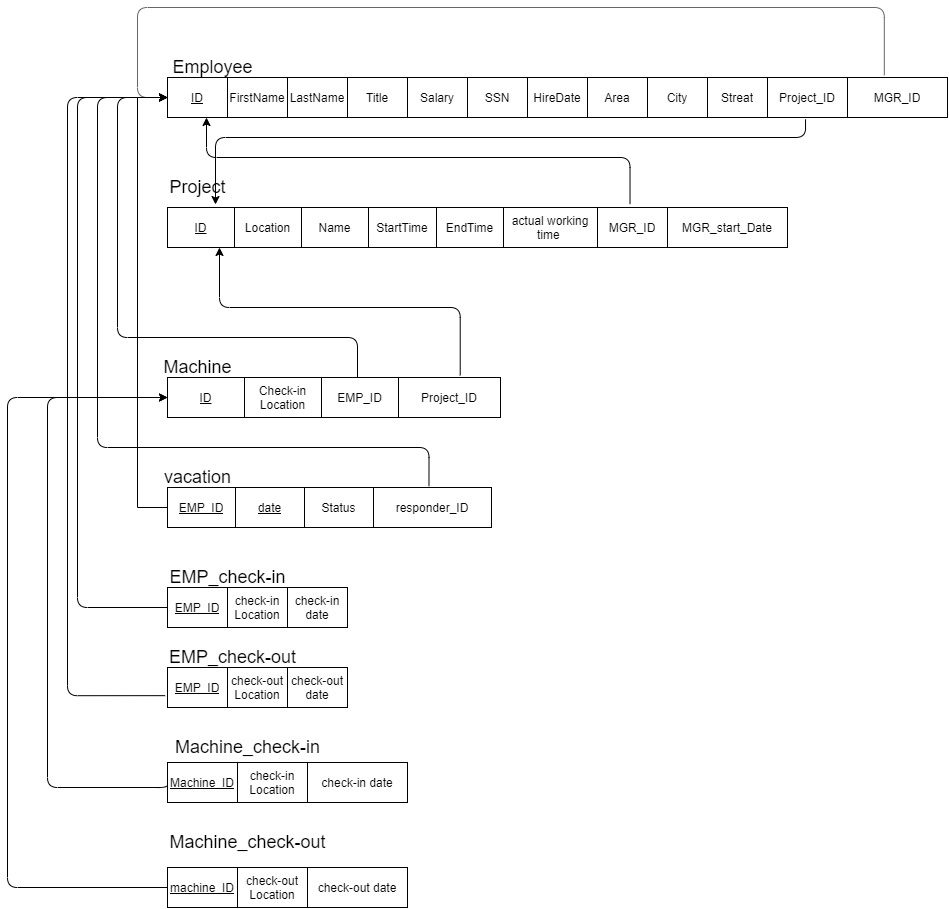
Earlier version of the draw.io export schema.png (aymanred121/IGEC-Logging-App-Project). Source tidied: cells renumbered, new cells last; positions are measured from the earlier drawing's top-left corner, leaving out a move shared by most shapes.
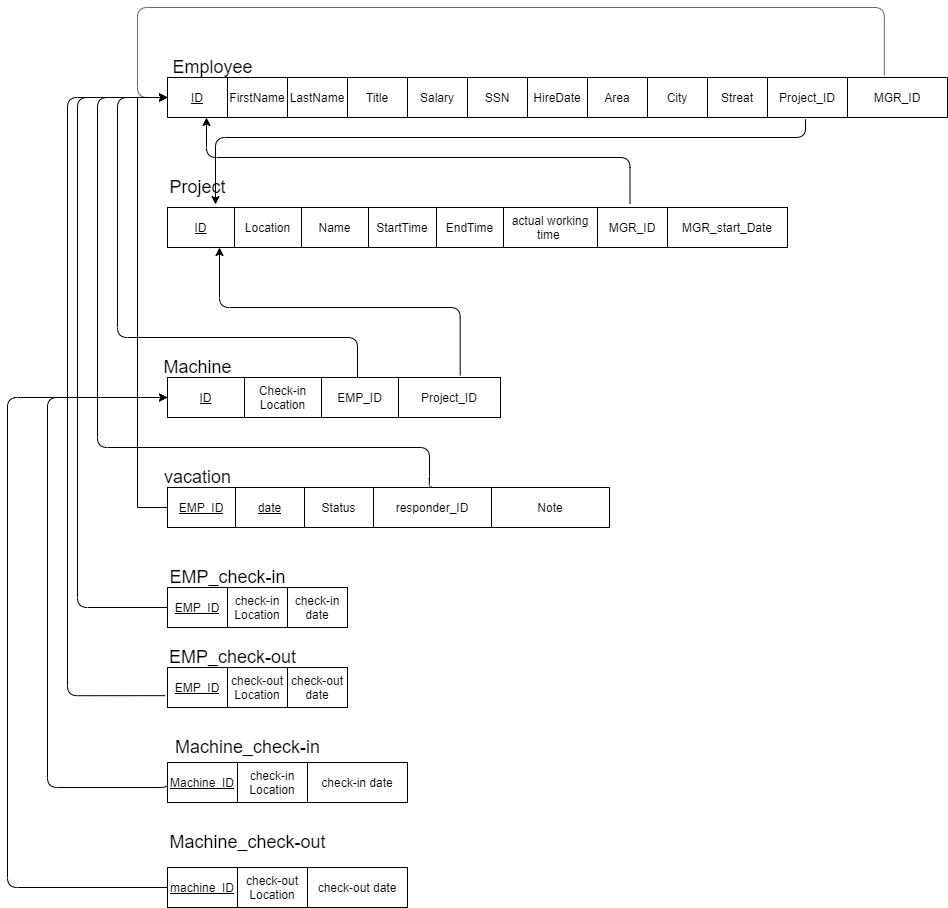
Above is the later version.

Change to the diagram source:
```diff
@@ -147,10 +147,10 @@
       </mxGeometry>
     </mxCell>
     <mxCell id="40" style="shape=table;startSize=0;fontColor=default;fillColor=default;strokeColor=default;" parent="1" vertex="1">
-      <mxGeometry x="160" y="480" width="324" height="40" as="geometry" />
+      <mxGeometry x="160" y="480" width="442" height="40" as="geometry" />
     </mxCell>
     <mxCell id="41" style="shape=partialRectangle;fillColor=none;top=0;left=0;bottom=0;right=0;points=[[0,0.5],[1,0.5]];portConstraint=eastwest;fontColor=default;" parent="40" vertex="1">
-      <mxGeometry width="324" height="40" as="geometry" />
+      <mxGeometry width="442" height="40" as="geometry" />
     </mxCell>
     <mxCell id="42" value="&lt;u&gt;EMP_ID&lt;/u&gt;" style="shape=partialRectangle;html=1;whiteSpace=wrap;overflow=hidden;fillColor=none;top=0;left=0;bottom=0;right=0;fontColor=default;" parent="41" vertex="1">
       <mxGeometry width="68" height="40" as="geometry" />
@@ -164,12 +164,16 @@
     <mxCell id="45" value="responder_ID" style="shape=partialRectangle;html=1;whiteSpace=wrap;overflow=hidden;fillColor=none;top=0;left=0;bottom=0;right=0;fontColor=default;" parent="41" vertex="1">
       <mxGeometry x="206" width="118" height="40" as="geometry" />
     </mxCell>
+    <mxCell id="77" value="Note" style="shape=partialRectangle;html=1;whiteSpace=wrap;overflow=hidden;fillColor=none;top=0;left=0;bottom=0;right=0;fontColor=default;" parent="41" vertex="1">
+      <mxGeometry x="324" width="118" height="40" as="geometry" />
+    </mxCell>
     <mxCell id="46" value="&lt;font style=&quot;font-size: 18px&quot;&gt;vacation&lt;/font&gt;" style="text;html=1;align=center;verticalAlign=middle;strokeColor=none;fillColor=none;fontColor=default;" parent="1" vertex="1">
       <mxGeometry x="150" y="460" width="80" height="20" as="geometry" />
     </mxCell>
-    <mxCell id="47" style="edgeStyle=segmentEdgeStyle;endArrow=classic;html=1;strokeColor=#000000;strokeWidth=1;labelBackgroundColor=default;fontColor=default;entryX=0;entryY=0.5;entryDx=0;entryDy=0;exitX=0.807;exitY=-0.034;exitDx=0;exitDy=0;exitPerimeter=0;" parent="1" edge="1" source="41" target="3">
+    <mxCell id="47" style="edgeStyle=segmentEdgeStyle;endArrow=classic;html=1;strokeColor=#000000;strokeWidth=1;labelBackgroundColor=default;fontColor=default;entryX=0;entryY=0.5;entryDx=0;entryDy=0;exitX=0.597;exitY=-0.025;exitDx=0;exitDy=0;exitPerimeter=0;" parent="1" edge="1" source="41" target="3">
       <mxGeometry relative="1" as="geometry">
         <Array as="points">
+          <mxPoint x="422" y="479" />
           <mxPoint x="422" y="440" />
           <mxPoint x="90" y="440" />
           <mxPoint x="90" y="90" />
```
